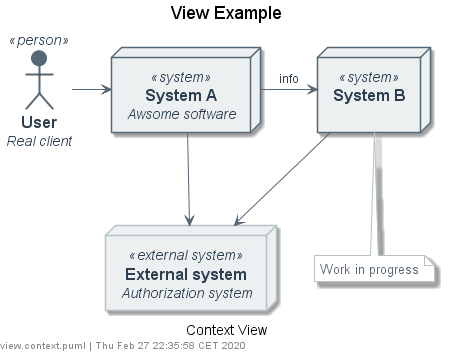
This is example/diagrams/view.context.png from N0N4M3pl/plantuml-C4, a PlantUML export, as it was before one commit.
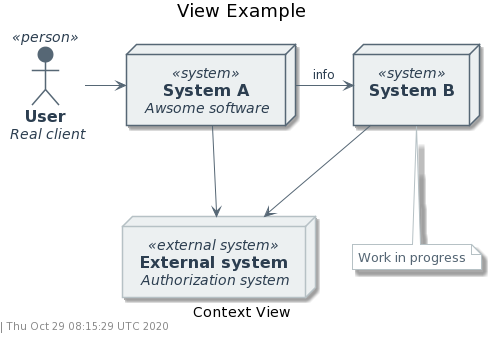
The same diagram one commit later.

Change to the diagram source:
```diff
@@ -1,117 +1,55 @@
-@startuml view.context
+@startuml
+!include https://raw.githubusercontent.com/N0N4M3pl/plantuml-C4/master/src/style.puml
+!include https://raw.githubusercontent.com/N0N4M3pl/plantuml-C4/master/src/common.puml
 
 
+!definelong Header_Context(text)
+title text
+!enddefinelong
+
+!definelong Footer_Context()
+caption Context View
+Footer()
+!enddefinelong
 
 
-
-skinparam defaultTextAlignment center
-skinparam wrapWidth 200
-skinparam maxMessageSize 150
-
-
-
-
-
-
-
-
-
-
-
-
-
-
-
-
-
-
-
-skinparam defaultTextAlignment center
-skinparam wrapWidth 200
-skinparam maxMessageSize 150
-
-
-
-
-
-
-
-
-
-
-
-
-
-
-
-
-
-
-
-skinparam Note {
-    FontColor #566775
-    BackgroundColor white
-    BorderColor #b6c1c5
+!define System(alias, label, description=" ", link="") node "==label\n //description//" <<system>> as alias link
+skinparam node<<system>> {
+    StereotypeFontColor COLOR_FONT_DARK
+    FontColor COLOR_FONT_DARK
+    BackgroundColor COLOR_SYSTEM_BG
+    BorderColor COLOR_SYSTEM_BD
 }
 
-
-skinparam actor<<person>> {
-    StereotypeFontColor #2c3e50
-    FontColor #2c3e50
-    BackgroundColor #566775
-    BorderColor #566775
-    Shadowing false
-}
-
-skinparam Arrow {
-    FontColor #2c3e50
-    Color #566775
-    FontSize 12
+!define System_External(alias, label, description=" ", link="") node "==label\n //description//" <<external system>> as alias link
+skinparam node<<external system>> {
+    StereotypeFontColor COLOR_FONT_DARK
+    FontColor COLOR_FONT_DARK
+    BackgroundColor COLOR_SYSTEM_EXTERNAL_BG
+    BorderColor COLOR_SYSTEM_EXTERNAL_BD
 }
 
 
 
+Header_Context("View Example")
+LAYOUT_TOP_DOWN
 
 
+Person(person, "User", "Real client")
+
+System(systemA, "System A", "Awsome software", "[[view.container.svg]]")
+System(systemB, "System B")
+System_External(systemExt, "External system", "Authorization system")
 
 
-skinparam node<<system>> {
-    StereotypeFontColor #2c3e50
-    FontColor #2c3e50
-    BackgroundColor #ecf0f1
-    BorderColor #566775
-}
+Relation(systemA, systemB, "-RIGHT->", "info")
+Relation(systemA, systemExt, "-DOWN->")
+Relation(systemB, systemExt, "-DOWN->")
 
-skinparam node<<external system>> {
-    StereotypeFontColor #2c3e50
-    FontColor #2c3e50
-    BackgroundColor #ecf0f1
-    BorderColor #b6c1c5
-}
+Relation(person, systemA, "-RIGHT->")
+
+Note(systemB, "Work in progress", "bottom")
 
 
-
-title View Example
-top to bottom direction
-
-
-actor "==User\n //Real client//" <<person>> as person
-
-node "==System A\n //Awsome software//" <<system>> as systemA [[view.container.svg]]
-node "==System B\n // //" <<system>> as systemB
-node "==External system\n //Authorization system//" <<external system>> as systemExt
-
-
-systemA -RIGHT-> systemB : "info"
-systemA -DOWN-> systemExt : ""
-systemB -DOWN-> systemExt : ""
-
-person -RIGHT-> systemA : ""
-
-note bottom of systemB : Work in progress
-
-
-caption Context View
-left footer view.context.puml | Thu Feb 27 22:35:58 CET 2020
-
+Footer_Context()
 @enduml
```
